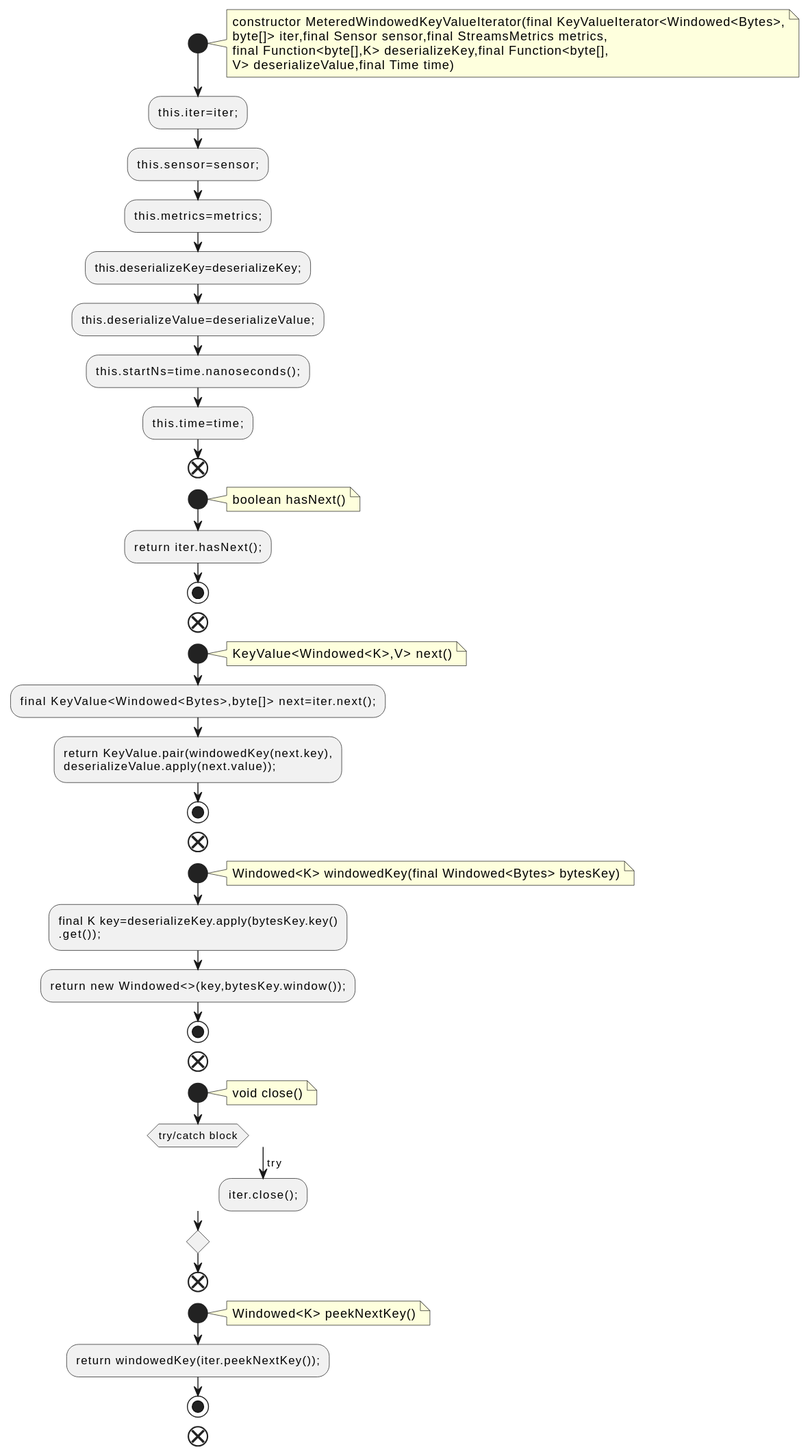
Above: docs/qc/streams/src/main/java/org/apache/kafka/streams/state/internals/MeteredWindowedKeyValueIterator.java.fct.svg in qualitesys/kafka (PlantUML), before the change.
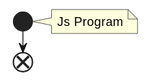
The same diagram one commit later.

What changed in the source:
```diff
@@ -2,58 +2,7 @@
 !pragma layout smetana
 start
 note right
-constructor MeteredWindowedKeyValueIterator(final KeyValueIterator<Windowed<Bytes>,
-byte[]> iter,final Sensor sensor,final StreamsMetrics metrics,
-final Function<byte[],K> deserializeKey,final Function<byte[],
-V> deserializeValue,final Time time)
+Js Program
 end note
-:this.iter=iter;;
-:this.sensor=sensor;;
-:this.metrics=metrics;;
-:this.deserializeKey=deserializeKey;;
-:this.deserializeValue=deserializeValue;;
-:this.startNs=time.nanoseconds();;
-:this.time=time;;
-end
-start
-note right
-boolean hasNext()
-end note
-:return iter.hasNext();;
-stop
-end
-start
-note right
-KeyValue<Windowed<K>,V> next()
-end note
-:final KeyValue<Windowed<Bytes>,byte[]> next=iter.next();;
-:return KeyValue.pair(windowedKey(next.key),
-deserializeValue.apply(next.value));;
-stop
-end
-start
-note right
-Windowed<K> windowedKey(final Windowed<Bytes> bytesKey)
-end note
-:final K key=deserializeKey.apply(bytesKey.key()
-.get());;
-:return new Windowed<>(key,bytesKey.window());;
-stop
-end
-start
-note right
-void close()
-end note
-switch (try/catch block)
-case (try)
-:iter.close();;
-endswitch
-end
-start
-note right
-Windowed<K> peekNextKey()
-end note
-:return windowedKey(iter.peekNextKey());;
-stop
 end
 @enduml
```
